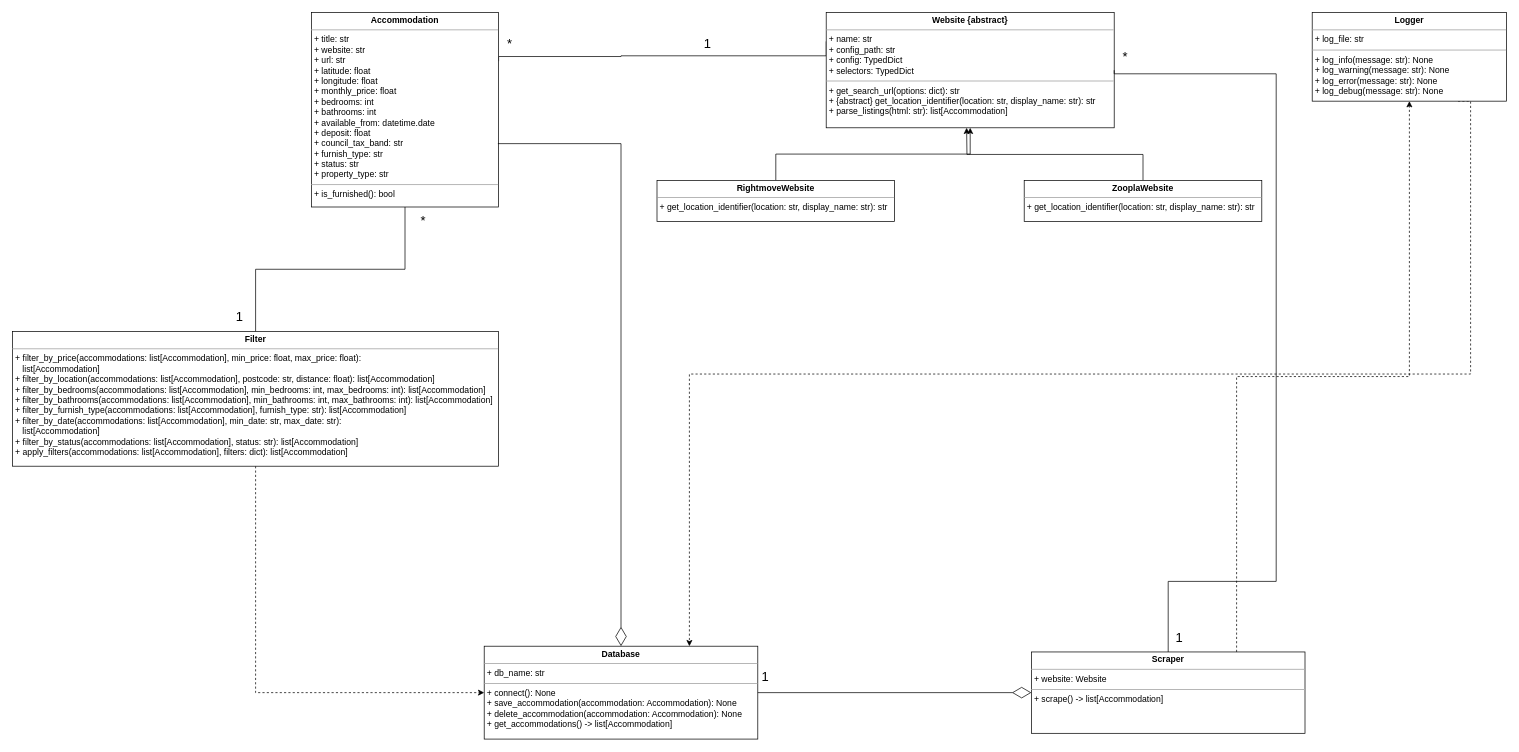
The draw.io diagram UML Diagram.drawio in Adam-Calleja/rightmove_web_scraper, before the edit. Source tidied: cells renumbered, new cells numbered last; positions are measured from the earlier drawing's top-left corner, leaving out a move shared by most shapes. Both pictures are drawn from the tidied source at 72%, with x=0, y=0 at pixel (12, 12).
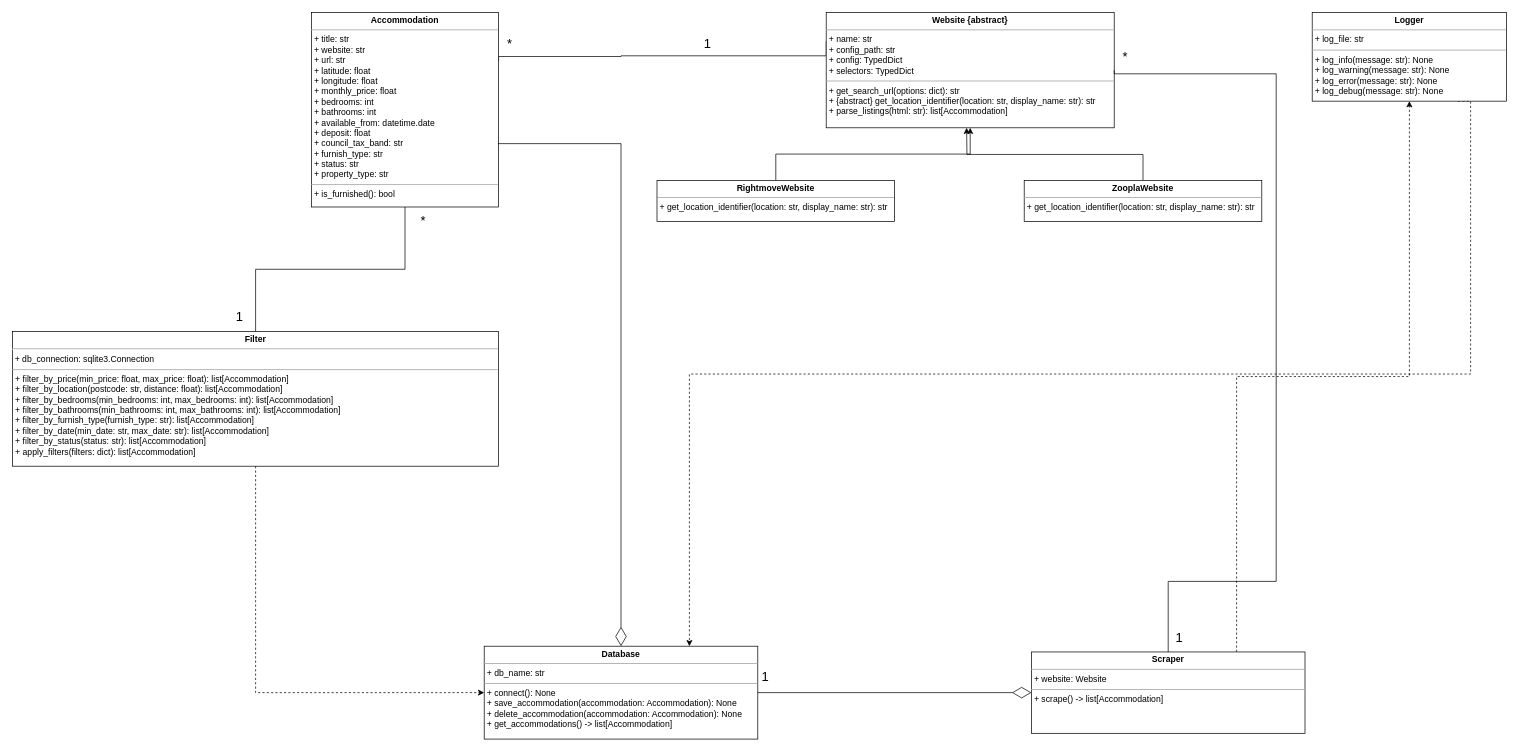
The same diagram, later.

Commit message:
Modify design of the Filter class

Modified the design of the Filter class to use SQL queries to filter
the Accommodation objects, rather than filtering lists of
Accommodation objects. This will reduce memory usage and leverage
database optimisation.

What changed in the source:
```diff
@@
-    <mxCell id="9" value="&lt;p style=&quot;margin:0px;margin-top:4px;text-align:center;&quot;&gt;&lt;b&gt;Filter&lt;/b&gt;&lt;/p&gt;&lt;hr size=&quot;1&quot;&gt;&lt;p style=&quot;margin:0px;margin-left:4px;&quot;&gt;+ filter_by_price(accommodations: list[Accommodation], min_price: float, max_price: float):&lt;/p&gt;&lt;p style=&quot;margin:0px;margin-left:4px;&quot;&gt;&amp;nbsp; &amp;nbsp;list[Accommodation]&lt;/p&gt;&lt;p style=&quot;margin:0px;margin-left:4px;&quot;&gt;+ filter_by_location(accommodations: list[Accommodation], postcode: str, distance: float): list[Accommodation]&lt;/p&gt;&lt;p style=&quot;margin:0px;margin-left:4px;&quot;&gt;+ filter_by_bedrooms(accommodations: list[Accommodation], min_bedrooms: int, max_bedrooms: int): list[Accommodation]&lt;/p&gt;&lt;p style=&quot;margin:0px;margin-left:4px;&quot;&gt;+ filter_by_bathrooms(accommodations: list[Accommodation], min_bathrooms: int, max_bathrooms: int): list[Accommodation]&lt;/p&gt;&lt;p style=&quot;margin:0px;margin-left:4px;&quot;&gt;+&amp;nbsp;&lt;span style=&quot;background-color: transparent; color: light-dark(rgb(0, 0, 0), rgb(255, 255, 255));&quot;&gt;filter_by_furnish_type(accommodations: list[Accommodation], furnish_type: str): list[Accommodation]&lt;/span&gt;&lt;/p&gt;&lt;p style=&quot;margin:0px;margin-left:4px;&quot;&gt;&lt;span style=&quot;background-color: transparent; color: light-dark(rgb(0, 0, 0), rgb(255, 255, 255));&quot;&gt;+ filter_by_date&lt;/span&gt;&lt;span style=&quot;background-color: transparent; color: light-dark(rgb(0, 0, 0), rgb(255, 255, 255));&quot;&gt;(accommodations: list[Accommodation], min_date: str, max_date: str):&lt;/span&gt;&lt;/p&gt;&lt;p style=&quot;margin: 0px 0px 0px 4px;&quot;&gt;&amp;nbsp; &amp;nbsp;list[Accommodation]&lt;/p&gt;&lt;p style=&quot;margin: 0px 0px 0px 4px;&quot;&gt;+ filter_by_status(accommodations: list[Accommodation], status: str): list[Accommodation]&lt;/p&gt;&lt;p style=&quot;margin: 0px 0px 0px 4px;&quot;&gt;+&amp;nbsp;&lt;span style=&quot;background-color: transparent; color: light-dark(rgb(0, 0, 0), rgb(255, 255, 255));&quot;&gt;apply_filters(accommodations: list[Accommodation], filters: dict): list[Accommodation]&lt;/span&gt;&lt;/p&gt;" style="verticalAlign=top;align=left;overflow=fill;fontSize=12;fontFamily=Helvetica;html=1;rounded=0;shadow=0;comic=0;labelBackgroundColor=none;strokeWidth=1;" parent="1" vertex="1">
+    <mxCell id="9" value="&lt;p style=&quot;margin:0px;margin-top:4px;text-align:center;&quot;&gt;&lt;b&gt;Filter&lt;/b&gt;&lt;/p&gt;&lt;hr&gt;&amp;nbsp;+ db_connection: sqlite3.Connection&lt;br&gt;&lt;hr size=&quot;1&quot;&gt;&lt;p style=&quot;margin:0px;margin-left:4px;&quot;&gt;+ filter_by_price(min_price: float, max_price: float):&amp;nbsp;&lt;span style=&quot;background-color: transparent; color: light-dark(rgb(0, 0, 0), rgb(255, 255, 255));&quot;&gt;list[Accommodation]&lt;/span&gt;&lt;/p&gt;&lt;p style=&quot;margin:0px;margin-left:4px;&quot;&gt;+ filter_by_location(postcode: str, distance: float): list[Accommodation]&lt;/p&gt;&lt;p style=&quot;margin:0px;margin-left:4px;&quot;&gt;+ filter_by_bedrooms(min_bedrooms: int, max_bedrooms: int): list[Accommodation]&lt;/p&gt;&lt;p style=&quot;margin:0px;margin-left:4px;&quot;&gt;+ filter_by_bathrooms(min_bathrooms: int, max_bathrooms: int): list[Accommodation]&lt;/p&gt;&lt;p style=&quot;margin:0px;margin-left:4px;&quot;&gt;+&amp;nbsp;&lt;span style=&quot;background-color: transparent; color: light-dark(rgb(0, 0, 0), rgb(255, 255, 255));&quot;&gt;filter_by_furnish_type(furnish_type: str): list[Accommodation]&lt;/span&gt;&lt;/p&gt;&lt;p style=&quot;margin:0px;margin-left:4px;&quot;&gt;&lt;span style=&quot;background-color: transparent; color: light-dark(rgb(0, 0, 0), rgb(255, 255, 255));&quot;&gt;+ filter_by_date&lt;/span&gt;&lt;span style=&quot;background-color: transparent; color: light-dark(rgb(0, 0, 0), rgb(255, 255, 255));&quot;&gt;(min_date: str, max_date: str):&amp;nbsp;&lt;/span&gt;&lt;span style=&quot;background-color: transparent; color: light-dark(rgb(0, 0, 0), rgb(255, 255, 255));&quot;&gt;list[Accommodation]&lt;/span&gt;&lt;/p&gt;&lt;p style=&quot;margin: 0px 0px 0px 4px;&quot;&gt;+ filter_by_status(status: str): list[Accommodation]&lt;/p&gt;&lt;p style=&quot;margin: 0px 0px 0px 4px;&quot;&gt;+&amp;nbsp;&lt;span style=&quot;background-color: transparent; color: light-dark(rgb(0, 0, 0), rgb(255, 255, 255));&quot;&gt;apply_filters(filters: dict): list[Accommodation]&lt;/span&gt;&lt;/p&gt;" style="verticalAlign=top;align=left;overflow=fill;fontSize=12;fontFamily=Helvetica;html=1;rounded=0;shadow=0;comic=0;labelBackgroundColor=none;strokeWidth=1;" parent="1" vertex="1">
       <mxGeometry y="443" width="675" height="187" as="geometry" />
     </mxCell>
```
